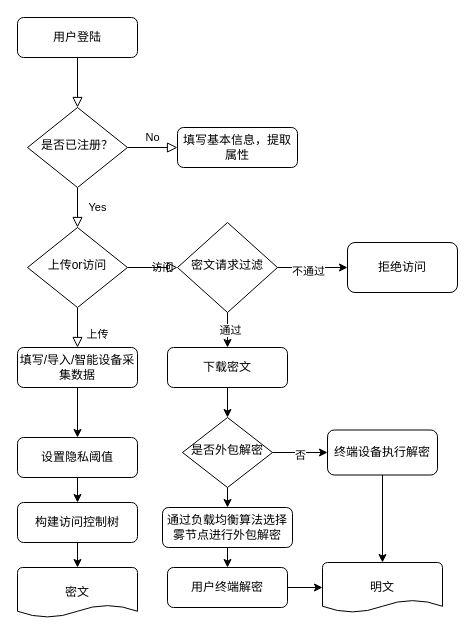
Above: 第五章系统流程图.drawio in Hhysdbrk/drawIO (draw.io), before the change. Source tidied: cells renumbered, new cells numbered last; positions are measured from the earlier drawing's top-left corner, leaving out a move shared by most shapes. Both pictures are drawn from the tidied source at 100%, with x=0, y=0 at pixel (17, 17).
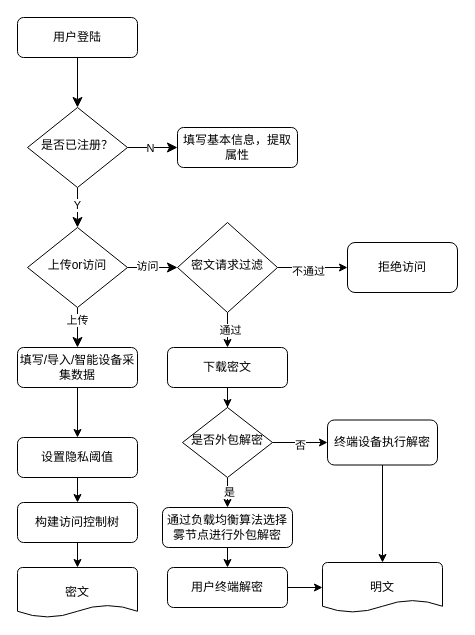
Above is the later version.

Commit message:
更新第五章系统流程图.drawio

The change refers to these unchanged cells:
```xml
<mxCell id="3" value="用户登陆" style="rounded=1;whiteSpace=wrap;html=1;fontSize=12;glass=0;strokeWidth=1;shadow=0;" parent="1" vertex="1">
  <mxGeometry width="120" height="40" as="geometry" />
</mxCell>
<mxCell id="6" value="是否已注册？" style="rhombus;whiteSpace=wrap;html=1;shadow=0;fontFamily=Helvetica;fontSize=12;align=center;strokeWidth=1;spacing=6;spacingTop=-4;" parent="1" vertex="1">
  <mxGeometry x="10" y="90" width="100" height="80" as="geometry" />
</mxCell>
<mxCell id="7" value="填写基本信息，提取属性" style="rounded=1;whiteSpace=wrap;html=1;fontSize=12;glass=0;strokeWidth=1;shadow=0;" parent="1" vertex="1">
  <mxGeometry x="160" y="110" width="120" height="40" as="geometry" />
</mxCell>
<mxCell id="10" value="上传or访问" style="rhombus;whiteSpace=wrap;html=1;shadow=0;fontFamily=Helvetica;fontSize=12;align=center;strokeWidth=1;spacing=6;spacingTop=-4;" parent="1" vertex="1">
  <mxGeometry x="10" y="210" width="100" height="80" as="geometry" />
</mxCell>
<mxCell id="12" value="填写/导入/智能设备采集数据" style="rounded=1;whiteSpace=wrap;html=1;fontSize=12;glass=0;strokeWidth=1;shadow=0;" parent="1" vertex="1">
  <mxGeometry y="330" width="120" height="40" as="geometry" />
</mxCell>
<mxCell id="28" style="edgeStyle=orthogonalEdgeStyle;rounded=0;jettySize=auto;html=1;exitX=0.5;exitY=1;exitDx=0;exitDy=0;entryX=0.5;entryY=0;entryDx=0;entryDy=0;" parent="1" edge="1" source="29" target="33">
  <mxGeometry relative="1" as="geometry" />
</mxCell>
```

What changed in the source:
```diff
@@
-    <mxCell id="2" style="rounded=0;html=1;jettySize=auto;fontSize=11;endArrow=block;endFill=0;endSize=8;strokeWidth=1;shadow=0;labelBackgroundColor=none;edgeStyle=orthogonalEdgeStyle;" parent="1" edge="1" source="3" target="6">
+    <mxCell id="2" style="rounded=0;html=1;jettySize=auto;fontSize=11;endArrow=classic;endFill=1;endSize=8;strokeWidth=1;shadow=0;labelBackgroundColor=none;" parent="1" edge="1" source="3" target="6">
       <mxGeometry relative="1" as="geometry" />
     </mxCell>
@@
-    <mxCell id="4" value="Yes" style="rounded=0;html=1;jettySize=auto;fontSize=11;endArrow=block;endFill=0;endSize=8;strokeWidth=1;shadow=0;labelBackgroundColor=none;edgeStyle=orthogonalEdgeStyle;" parent="1" edge="1" source="6" target="10">
+    <mxCell id="4" style="rounded=0;html=1;jettySize=auto;fontSize=11;endArrow=classic;endFill=1;endSize=8;strokeWidth=1;shadow=0;labelBackgroundColor=none;edgeStyle=orthogonalEdgeStyle;" parent="1" edge="1" source="6" target="10">
       <mxGeometry y="20" relative="1" as="geometry" />
     </mxCell>
+    <mxCell id="37" value="Y" style="edgeLabel;html=1;align=center;verticalAlign=middle;" parent="4" vertex="1">
+      <mxGeometry x="-0.16" y="-1" relative="1" as="geometry" />
+    </mxCell>
-    <mxCell id="5" value="No" style="edgeStyle=orthogonalEdgeStyle;rounded=0;html=1;jettySize=auto;fontSize=11;endArrow=block;endFill=0;endSize=8;strokeWidth=1;shadow=0;labelBackgroundColor=none;" parent="1" edge="1" source="6" target="7">
+    <mxCell id="5" style="edgeStyle=orthogonalEdgeStyle;rounded=0;html=1;jettySize=auto;fontSize=11;endArrow=classic;endFill=1;endSize=8;strokeWidth=1;shadow=0;labelBackgroundColor=none;" parent="1" edge="1" source="6" target="7">
       <mxGeometry y="10" relative="1" as="geometry" />
     </mxCell>
+    <mxCell id="38" value="N" style="edgeLabel;html=1;align=center;verticalAlign=middle;" parent="5" vertex="1">
+      <mxGeometry x="-0.14" relative="1" as="geometry" />
+    </mxCell>
@@
-    <mxCell id="8" value="上传" style="rounded=0;html=1;jettySize=auto;fontSize=11;endArrow=block;endFill=0;endSize=8;strokeWidth=1;shadow=0;labelBackgroundColor=none;edgeStyle=orthogonalEdgeStyle;" parent="1" edge="1" source="10" target="12">
-      <mxGeometry x="0.33" y="20" relative="1" as="geometry" />
+    <mxCell id="8" style="rounded=0;html=1;jettySize=auto;fontSize=11;endArrow=classic;endFill=1;endSize=8;strokeWidth=1;shadow=0;labelBackgroundColor=none;edgeStyle=orthogonalEdgeStyle;" parent="1" edge="1" source="10" target="12">
+      <mxGeometry y="40" relative="1" as="geometry" />
     </mxCell>
+    <mxCell id="39" value="上传" style="edgeLabel;html=1;align=center;verticalAlign=middle;" parent="8" vertex="1">
+      <mxGeometry x="-0.41" y="-1" relative="1" as="geometry" />
+    </mxCell>
-    <mxCell id="9" value="访问" style="edgeStyle=orthogonalEdgeStyle;rounded=0;html=1;jettySize=auto;fontSize=11;endArrow=block;endFill=0;endSize=8;strokeWidth=1;shadow=0;labelBackgroundColor=none;" parent="1" edge="1" source="10">
+    <mxCell id="9" style="edgeStyle=orthogonalEdgeStyle;rounded=0;html=1;jettySize=auto;fontSize=11;endArrow=classic;endFill=1;endSize=8;strokeWidth=1;shadow=0;labelBackgroundColor=none;" parent="1" edge="1" source="10">
       <mxGeometry y="10" relative="1" as="geometry">
         <mxPoint x="160" y="250" as="targetPoint" />
       </mxGeometry>
     </mxCell>
+    <mxCell id="40" value="访问" style="edgeLabel;html=1;align=center;verticalAlign=middle;" parent="9" vertex="1">
+      <mxGeometry x="-0.26" y="2" relative="1" as="geometry" />
+    </mxCell>
@@
+    <mxCell id="41" value="是" style="edgeLabel;html=1;align=center;verticalAlign=middle;" parent="28" vertex="1">
+      <mxGeometry x="-0.08" y="1" relative="1" as="geometry" />
+    </mxCell>
     <mxCell id="29" value="是否外包解密" style="rhombus;whiteSpace=wrap;html=1;strokeWidth=1;shadow=0;spacing=6;spacingTop=-4;" parent="1" vertex="1">
-      <mxGeometry x="165" y="400" width="90" height="70" as="geometry" />
+      <mxGeometry x="165" y="390" width="90" height="70" as="geometry" />
     </mxCell>
@@
     <mxCell id="31" value="终端设备执行解密" style="whiteSpace=wrap;html=1;strokeWidth=1;rounded=1;glass=0;shadow=0;" parent="1" vertex="1">
-      <mxGeometry x="310" y="412.5" width="110" height="45" as="geometry" />
+      <mxGeometry x="310" y="402.5" width="110" height="45" as="geometry" />
     </mxCell>
```
